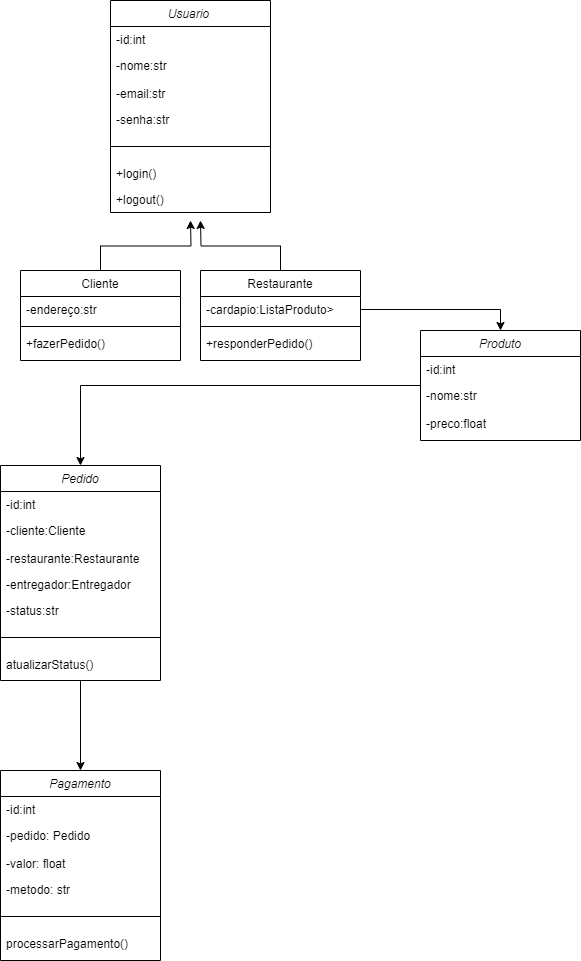
luisfelipesantiago/Diagrama-de-classes keeps this draw.io diagram as Diagrama de classes DSC.png. Above is the earlier version. Source tidied: cells renumbered, new cells last; positions are measured from the earlier drawing's top-left corner, leaving out a move shared by most shapes.
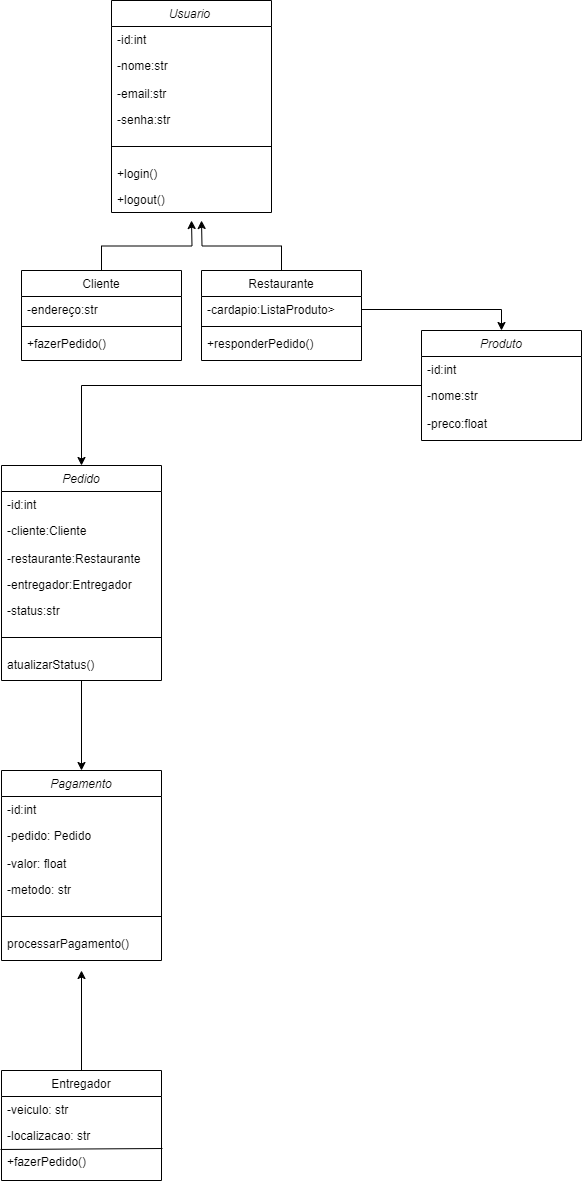
Above is the later version.

What changed in the source:
```diff
@@ -126,5 +126,25 @@
     <mxCell id="41" value="processarPagamento()" style="text;align=left;verticalAlign=top;spacingLeft=4;spacingRight=4;overflow=hidden;rounded=0;shadow=0;html=0;" parent="35" vertex="1">
       <mxGeometry y="160" width="160" height="26" as="geometry" />
     </mxCell>
+    <mxCell id="42" style="edgeStyle=orthogonalEdgeStyle;rounded=0;jettySize=auto;html=1;" parent="1" edge="1" source="43">
+      <mxGeometry relative="1" as="geometry">
+        <mxPoint x="80" y="970" as="targetPoint" />
+      </mxGeometry>
+    </mxCell>
+    <mxCell id="43" value="Entregador" style="swimlane;fontStyle=0;align=center;verticalAlign=top;horizontal=1;startSize=26;rounded=0;shadow=0;strokeWidth=1;" parent="1" vertex="1">
+      <mxGeometry y="1070" width="160" height="110" as="geometry" />
+    </mxCell>
+    <mxCell id="44" value="-veiculo: str" style="text;align=left;verticalAlign=top;spacingLeft=4;spacingRight=4;overflow=hidden;" parent="43" vertex="1">
+      <mxGeometry y="26" width="160" height="26" as="geometry" />
+    </mxCell>
+    <mxCell id="45" value="-localizacao: str" style="text;align=left;verticalAlign=top;spacingLeft=4;spacingRight=4;overflow=hidden;" parent="43" vertex="1">
+      <mxGeometry y="52" width="160" height="26" as="geometry" />
+    </mxCell>
+    <mxCell id="46" style="endArrow=none;html=1;rounded=0;entryX=1.006;entryY=0;entryDx=0;entryDy=0;entryPerimeter=0;exitX=-0.006;exitY=0.031;exitDx=0;exitDy=0;exitPerimeter=0;" parent="43" edge="1" source="47" target="47">
+      <mxGeometry relative="1" as="geometry" />
+    </mxCell>
+    <mxCell id="47" value="+fazerPedido()" style="text;align=left;verticalAlign=top;spacingLeft=4;spacingRight=4;overflow=hidden;points=[[0,0.5],[1,0.5]];portConstraint=eastwest;" parent="43" vertex="1">
+      <mxGeometry y="78" width="160" height="32" as="geometry" />
+    </mxCell>
   </root>
 </mxGraphModel>
```
